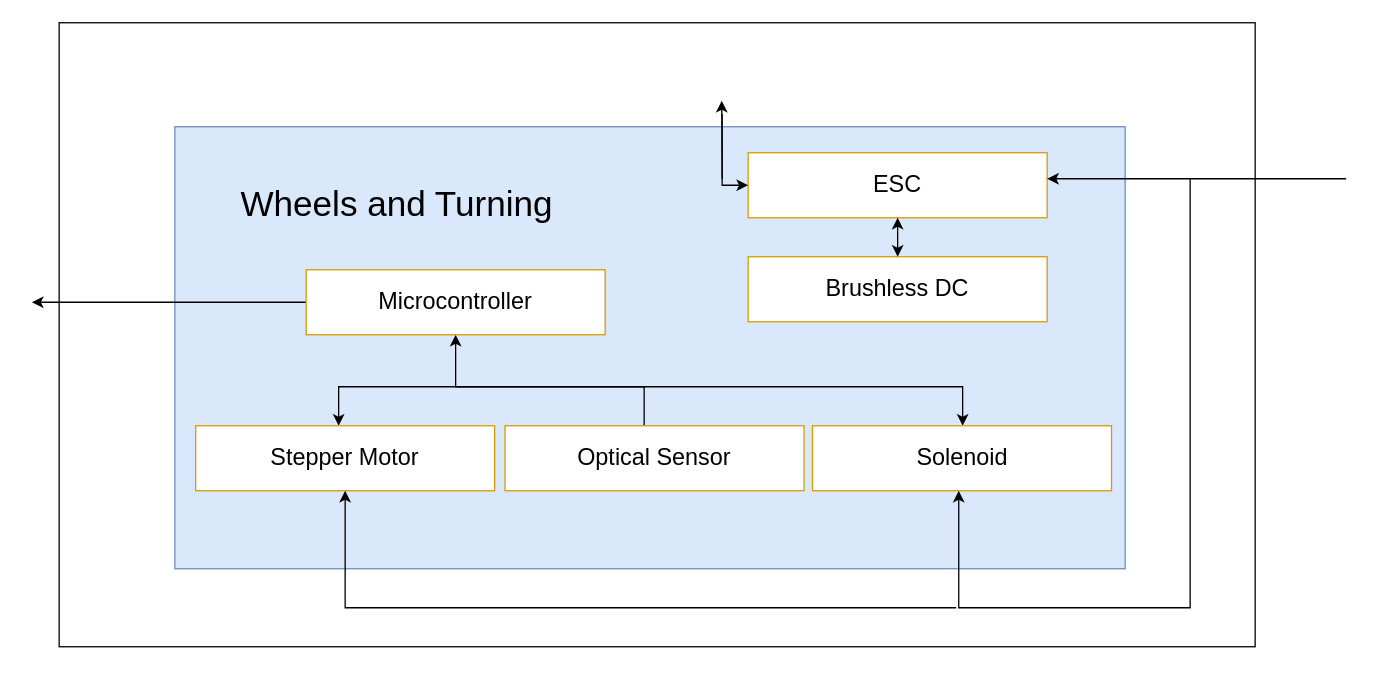
Earlier version of the draw.io diagram DRAWIO Files/Keaton/Wheels_and_turning.drawio (TuringBoard/ADS). Source tidied: cells renumbered, new cells numbered last; positions are measured from the earlier drawing's top-left corner, leaving out a move shared by most shapes. Both pictures are drawn from the tidied source at 130%, with x=0, y=0 at pixel (31, 22).
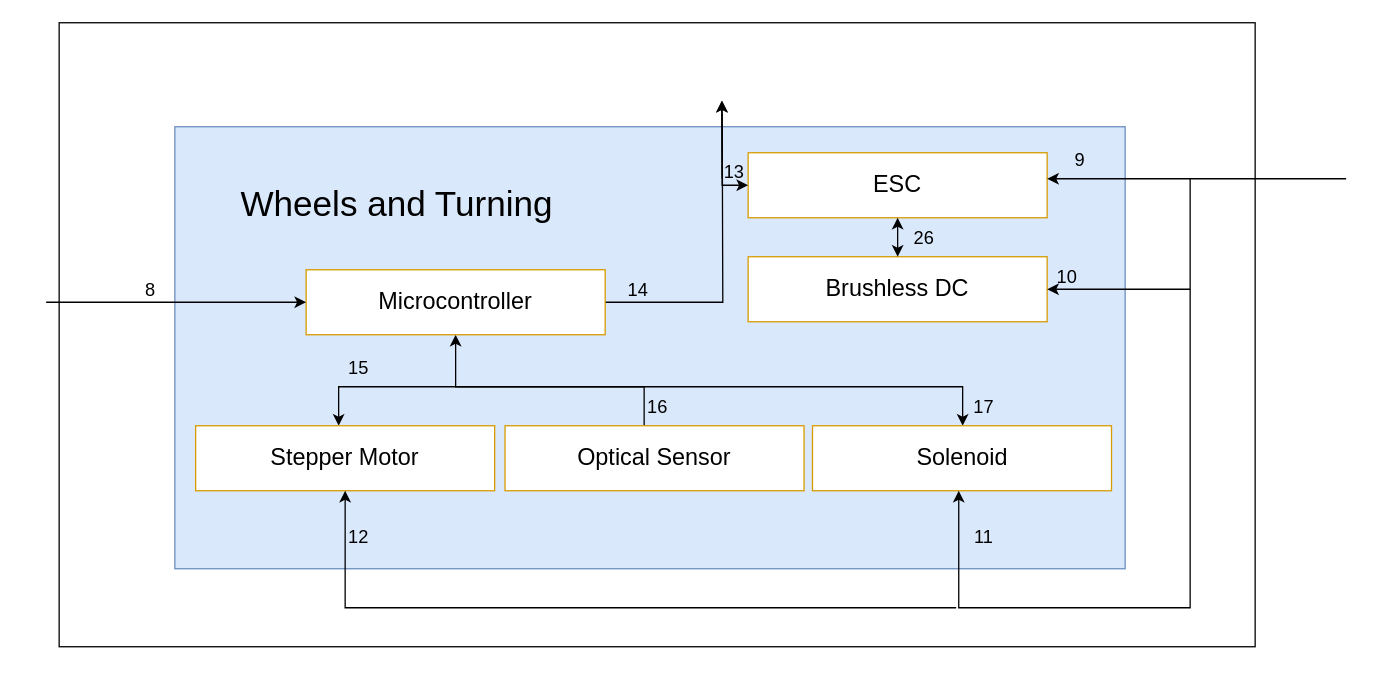
Above is the later version.

Unchanged cells that the change refers to:
```xml
<mxCell id="8" value="&lt;div&gt;Brushless DC&lt;/div&gt;" style="rounded=0;whiteSpace=wrap;html=1;fontSize=18;fillColor=#FFFFFF;strokeColor=#d79b00;" parent="1" vertex="1">
  <mxGeometry x="551" y="180" width="230" height="50" as="geometry" />
</mxCell>
<mxCell id="21" value="Microcontroller" style="rounded=0;whiteSpace=wrap;html=1;fontSize=18;fillColor=#FFFFFF;strokeColor=#d79b00;" parent="1" vertex="1">
  <mxGeometry x="211" y="190" width="230" height="50" as="geometry" />
</mxCell>
```

The edit, as a diff of the source:
```diff
@@
-    <mxCell id="20" style="edgeStyle=orthogonalEdgeStyle;rounded=0;jettySize=auto;html=1;exitX=0;exitY=0.5;exitDx=0;exitDy=0;" parent="1" edge="1" source="21">
-      <mxGeometry relative="1" as="geometry">
-        <mxPoint y="215" as="targetPoint" />
-      </mxGeometry>
-    </mxCell>
+    <mxCell id="22" style="edgeStyle=orthogonalEdgeStyle;rounded=0;jettySize=auto;html=1;" parent="1" edge="1" source="21">
+      <mxGeometry relative="1" as="geometry">
+        <mxPoint x="531" y="60" as="targetPoint" />
+      </mxGeometry>
+    </mxCell>
@@
+    <mxCell id="23" value="&lt;font style=&quot;font-size: 14px&quot;&gt;8&lt;/font&gt;" style="text;html=1;align=center;verticalAlign=middle;strokeColor=none;fillColor=none;fontSize=18;" parent="1" vertex="1">
+      <mxGeometry x="81" y="190" width="20" height="30" as="geometry" />
+    </mxCell>
+    <mxCell id="24" value="&lt;font style=&quot;font-size: 14px&quot;&gt;15&lt;br&gt;&lt;/font&gt;" style="text;html=1;align=center;verticalAlign=middle;strokeColor=none;fillColor=none;fontSize=18;" parent="1" vertex="1">
+      <mxGeometry x="236" y="250" width="30" height="30" as="geometry" />
+    </mxCell>
+    <mxCell id="25" value="&lt;font style=&quot;font-size: 14px&quot;&gt;16&lt;br&gt;&lt;/font&gt;" style="text;html=1;align=center;verticalAlign=middle;strokeColor=none;fillColor=none;fontSize=18;" parent="1" vertex="1">
+      <mxGeometry x="466" y="280" width="30" height="30" as="geometry" />
+    </mxCell>
+    <mxCell id="26" style="endArrow=classic;html=1;rounded=0;entryX=0;entryY=0.5;entryDx=0;entryDy=0;" parent="1" edge="1" target="21">
+      <mxGeometry relative="1" as="geometry">
+        <mxPoint x="11" y="215" as="sourcePoint" />
+      </mxGeometry>
+    </mxCell>
+    <mxCell id="27" value="&lt;font style=&quot;font-size: 14px&quot;&gt;17&lt;br&gt;&lt;/font&gt;" style="text;html=1;align=center;verticalAlign=middle;strokeColor=none;fillColor=none;fontSize=18;" parent="1" vertex="1">
+      <mxGeometry x="717" y="280" width="30" height="30" as="geometry" />
+    </mxCell>
+    <mxCell id="28" value="&lt;font style=&quot;font-size: 14px&quot;&gt;14&lt;br&gt;&lt;/font&gt;" style="text;html=1;align=center;verticalAlign=middle;strokeColor=none;fillColor=none;fontSize=18;" parent="1" vertex="1">
+      <mxGeometry x="451" y="190" width="30" height="30" as="geometry" />
+    </mxCell>
+    <mxCell id="29" value="&lt;font style=&quot;font-size: 14px&quot;&gt;13&lt;br&gt;&lt;/font&gt;" style="text;html=1;align=center;verticalAlign=middle;strokeColor=none;fillColor=none;fontSize=18;" parent="1" vertex="1">
+      <mxGeometry x="525" y="99" width="30" height="30" as="geometry" />
+    </mxCell>
+    <mxCell id="30" value="&lt;font style=&quot;font-size: 14px&quot;&gt;12&lt;br&gt;&lt;/font&gt;" style="text;html=1;align=center;verticalAlign=middle;strokeColor=none;fillColor=none;fontSize=18;" parent="1" vertex="1">
+      <mxGeometry x="236" y="380" width="30" height="30" as="geometry" />
+    </mxCell>
+    <mxCell id="31" value="&lt;font style=&quot;font-size: 14px&quot;&gt;11&lt;br&gt;&lt;/font&gt;" style="text;html=1;align=center;verticalAlign=middle;strokeColor=none;fillColor=none;fontSize=18;" parent="1" vertex="1">
+      <mxGeometry x="717" y="380" width="30" height="30" as="geometry" />
+    </mxCell>
+    <mxCell id="32" value="&lt;font style=&quot;font-size: 14px&quot;&gt;10&lt;br&gt;&lt;/font&gt;" style="text;html=1;align=center;verticalAlign=middle;strokeColor=none;fillColor=none;fontSize=18;" parent="1" vertex="1">
+      <mxGeometry x="781" y="180" width="30" height="30" as="geometry" />
+    </mxCell>
+    <mxCell id="33" style="endArrow=classic;html=1;rounded=0;" parent="1" edge="1" target="8">
+      <mxGeometry relative="1" as="geometry">
+        <mxPoint x="891" y="205" as="sourcePoint" />
+      </mxGeometry>
+    </mxCell>
+    <mxCell id="34" value="&lt;font style=&quot;font-size: 14px&quot;&gt;9&lt;br&gt;&lt;/font&gt;" style="text;html=1;align=center;verticalAlign=middle;strokeColor=none;fillColor=none;fontSize=18;" parent="1" vertex="1">
+      <mxGeometry x="796" y="90" width="20" height="30" as="geometry" />
+    </mxCell>
+    <mxCell id="35" value="&lt;font style=&quot;font-size: 14px&quot;&gt;26&lt;br&gt;&lt;/font&gt;" style="text;html=1;align=center;verticalAlign=middle;strokeColor=none;fillColor=none;fontSize=18;" parent="1" vertex="1">
+      <mxGeometry x="671" y="150" width="30" height="30" as="geometry" />
+    </mxCell>
```
